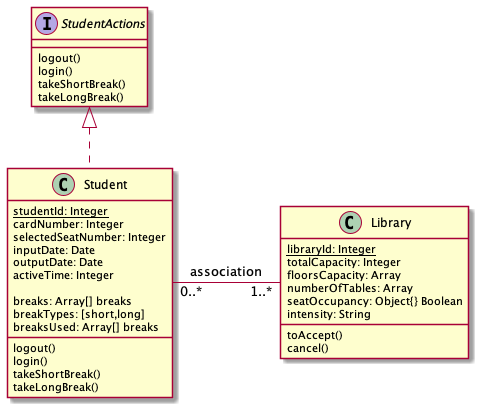
Before: backend/architecture/project_uml.png, a diagram exported from PlantUML (cihat/seating-arrangement).
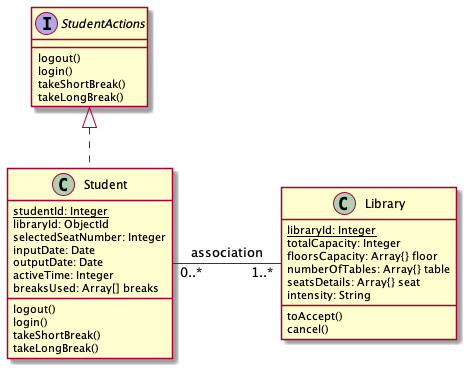
The same file after the commit.

Change to the diagram source:
```diff
@@ -9,14 +9,11 @@
 
 class Student {
   {static} studentId: Integer
-  cardNumber: Integer
+  libraryId: ObjectId
   selectedSeatNumber: Integer
   inputDate: Date
   outputDate: Date
   activeTime: Integer
-
-  breaks: Array[] breaks
-  breakTypes: [short,long]
   breaksUsed: Array[] breaks
 
   logout()
@@ -28,9 +25,9 @@
 class Library {
   {static} libraryId: Integer
   totalCapacity: Integer
-  floorsCapacity: Array
-  numberOfTables: Array
-  seatOccupancy: Object{} Boolean
+  floorsCapacity: Array{} floor
+  numberOfTables: Array{} table
+  seatsDetails: Array{} seat
   intensity: String
 
   toAccept()
```
